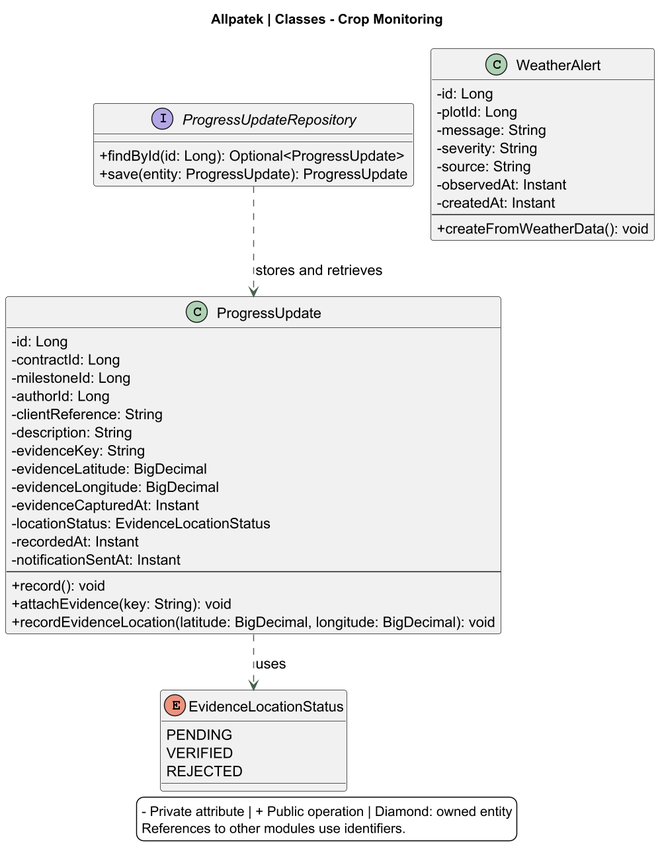
upc-pre-202620-1asi0729-7753-Terranova/allpatek-report keeps this PlantUML diagram as assets/chapter-04/architecture/12-classes-monitoring.png. Above is the earlier version.
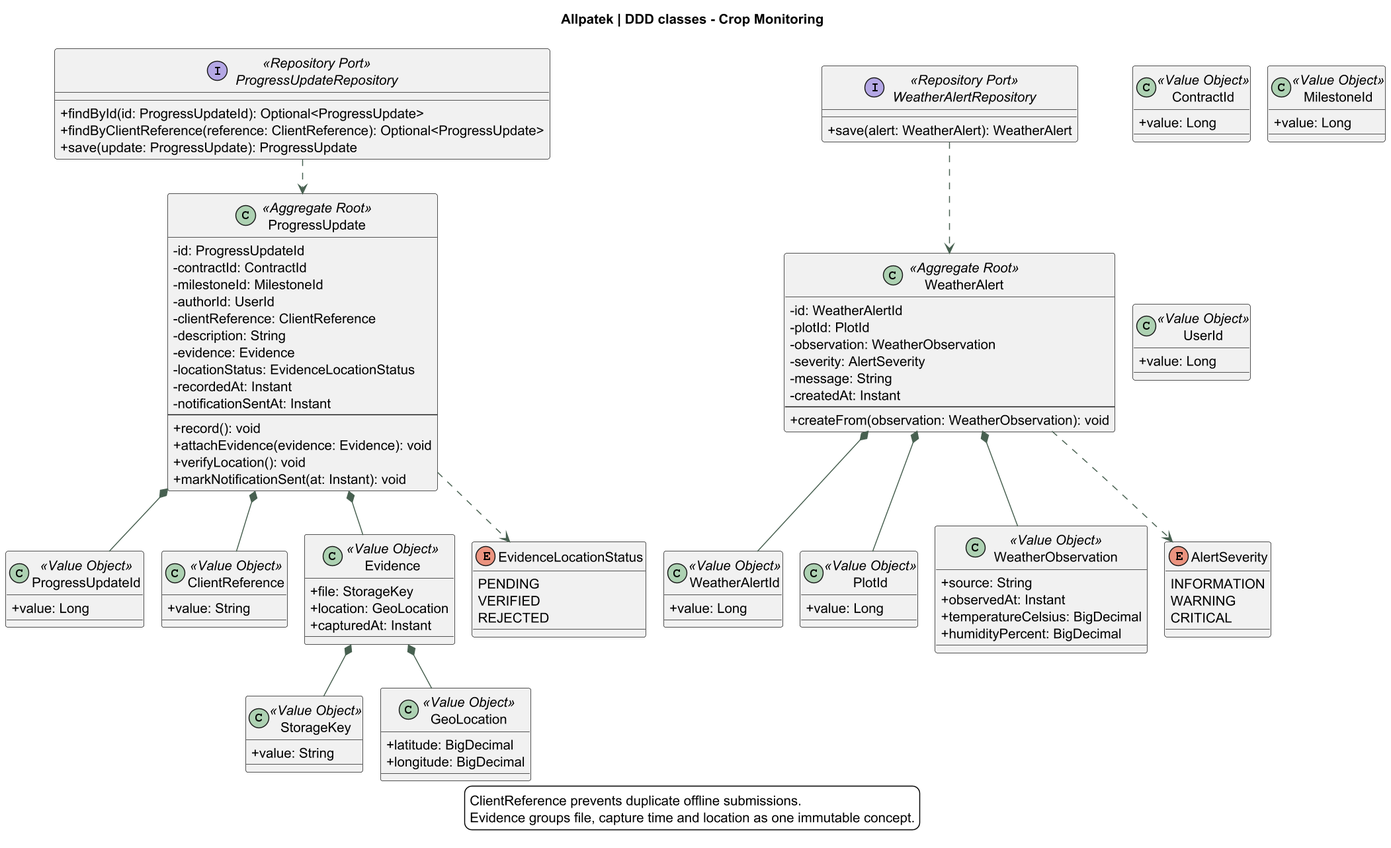
The same diagram one commit later.

Change to the diagram source:
```diff
@@ -2,56 +2,118 @@
 !pragma layout smetana
 skinparam backgroundColor white
 skinparam defaultFontName SansSerif
-skinparam defaultFontSize 15
+skinparam defaultFontSize 14
 skinparam shadowing false
 skinparam classAttributeIconSize 0
 skinparam ArrowColor #476050
 skinparam dpi 140
-title Allpatek | Classes - Crop Monitoring
+title Allpatek | DDD classes - Crop Monitoring
 top to bottom direction
-class ProgressUpdate {
- -id: Long
- -contractId: Long
- -milestoneId: Long
- -authorId: Long
- -clientReference: String
+
+class ProgressUpdate <<Aggregate Root>> {
+ -id: ProgressUpdateId
+ -contractId: ContractId
+ -milestoneId: MilestoneId
+ -authorId: UserId
+ -clientReference: ClientReference
  -description: String
- -evidenceKey: String
- -evidenceLatitude: BigDecimal
- -evidenceLongitude: BigDecimal
- -evidenceCapturedAt: Instant
+ -evidence: Evidence
  -locationStatus: EvidenceLocationStatus
  -recordedAt: Instant
  -notificationSentAt: Instant
  --
-+record(): void
-+attachEvidence(key: String): void
-+recordEvidenceLocation(latitude: BigDecimal, longitude: BigDecimal): void
+ +record(): void
+ +attachEvidence(evidence: Evidence): void
+ +verifyLocation(): void
+ +markNotificationSent(at: Instant): void
 }
-class WeatherAlert {
- -id: Long
- -plotId: Long
+
+class WeatherAlert <<Aggregate Root>> {
+ -id: WeatherAlertId
+ -plotId: PlotId
+ -observation: WeatherObservation
+ -severity: AlertSeverity
  -message: String
- -severity: String
- -source: String
- -observedAt: Instant
  -createdAt: Instant
  --
-+createFromWeatherData(): void
+ +createFrom(observation: WeatherObservation): void
 }
+
+class ProgressUpdateId <<Value Object>> {
+ +value: Long
+}
+class WeatherAlertId <<Value Object>> {
+ +value: Long
+}
+class ContractId <<Value Object>> {
+ +value: Long
+}
+class MilestoneId <<Value Object>> {
+ +value: Long
+}
+class UserId <<Value Object>> {
+ +value: Long
+}
+class PlotId <<Value Object>> {
+ +value: Long
+}
+class ClientReference <<Value Object>> {
+ +value: String
+}
+class StorageKey <<Value Object>> {
+ +value: String
+}
+class GeoLocation <<Value Object>> {
+ +latitude: BigDecimal
+ +longitude: BigDecimal
+}
+class Evidence <<Value Object>> {
+ +file: StorageKey
+ +location: GeoLocation
+ +capturedAt: Instant
+}
+class WeatherObservation <<Value Object>> {
+ +source: String
+ +observedAt: Instant
+ +temperatureCelsius: BigDecimal
+ +humidityPercent: BigDecimal
+}
+
 enum EvidenceLocationStatus {
-PENDING
-VERIFIED
-REJECTED
+ PENDING
+ VERIFIED
+ REJECTED
 }
-ProgressUpdate ..> EvidenceLocationStatus : uses
-interface ProgressUpdateRepository {
- +findById(id: Long): Optional<ProgressUpdate>
- +save(entity: ProgressUpdate): ProgressUpdate
+enum AlertSeverity {
+ INFORMATION
+ WARNING
+ CRITICAL
 }
-ProgressUpdateRepository ..> ProgressUpdate : stores and retrieves
+
+interface ProgressUpdateRepository <<Repository Port>> {
+ +findById(id: ProgressUpdateId): Optional<ProgressUpdate>
+ +findByClientReference(reference: ClientReference): Optional<ProgressUpdate>
+ +save(update: ProgressUpdate): ProgressUpdate
+}
+interface WeatherAlertRepository <<Repository Port>> {
+ +save(alert: WeatherAlert): WeatherAlert
+}
+
+ProgressUpdate *-- ProgressUpdateId
+ProgressUpdate *-- ClientReference
+ProgressUpdate *-- Evidence
+Evidence *-- StorageKey
+Evidence *-- GeoLocation
+ProgressUpdate ..> EvidenceLocationStatus
+WeatherAlert *-- WeatherAlertId
+WeatherAlert *-- PlotId
+WeatherAlert *-- WeatherObservation
+WeatherAlert ..> AlertSeverity
+ProgressUpdateRepository ..> ProgressUpdate
+WeatherAlertRepository ..> WeatherAlert
+
 legend bottom
-- Private attribute | + Public operation | Diamond: owned entity
-References to other modules use identifiers.
+ClientReference prevents duplicate offline submissions.
+Evidence groups file, capture time and location as one immutable concept.
 endlegend
 @enduml
```
